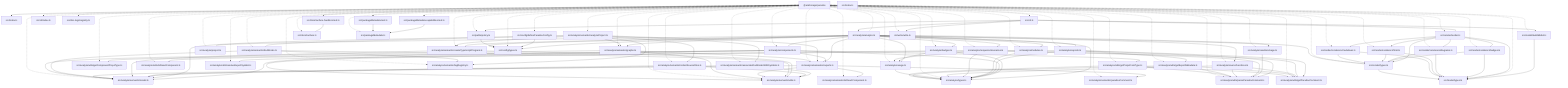
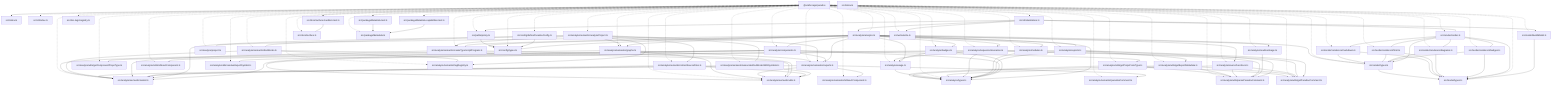
graph TD
  package__ankhorage_paradox["@ankhorage/paradox"]
  entrypoint_src_index_ts["src/index.ts"]
  package__ankhorage_paradox --> entrypoint_src_index_ts
  module_src_analyze_analyze_ts["src/analyze/analyze.ts"]
  package__ankhorage_paradox -.-> module_src_analyze_analyze_ts
  module_src_analyze_analyze_ts --> module_src_analyze_badges_ts
  module_src_analyze_analyze_ts --> module_src_analyze_components_ts
  module_src_analyze_analyze_ts --> module_src_analyze_exports_ts
  module_src_analyze_analyze_ts --> module_src_analyze_modules_ts
  module_src_analyze_analyze_ts --> module_src_analyze_project_ts
  module_src_analyze_analyze_ts --> module_src_analyze_readmeUsage_ts
  module_src_analyze_analyze_ts --> module_src_analyze_semantic_createTypeScriptProgram_ts
  module_src_analyze_analyze_ts --> module_src_analyze_semantic_exports_ts
  module_src_analyze_analyze_ts --> module_src_analyze_semantic_graphs_ts
  module_src_analyze_analyze_ts --> module_src_analyze_sequenceScenarios_ts
  module_src_analyze_analyze_ts --> module_src_analyze_sourceFunctions_ts
  module_src_analyze_analyze_ts --> module_src_analyze_types_ts
  module_src_analyze_analyze_ts --> module_src_analyze_usage_ts
  module_src_analyze_analyze_ts --> module_src_config_types_ts
  module_src_analyze_badges_ts["src/analyze/badges.ts"]
  package__ankhorage_paradox -.-> module_src_analyze_badges_ts
  module_src_analyze_badges_ts --> module_src_analyze_types_ts
  module_src_analyze_badges_ts --> module_src_analyze_usage_ts
  module_src_analyze_components_ts["src/analyze/components.ts"]
  package__ankhorage_paradox -.-> module_src_analyze_components_ts
  module_src_analyze_components_ts --> module_src_analyze_semantic_exports_ts
  module_src_analyze_components_ts --> module_src_analyze_semantic_model_ts
  module_src_analyze_components_ts --> module_src_analyze_types_ts
  module_src_analyze_components_ts --> module_src_analyze_utils_getComponentPropsType_ts
  module_src_analyze_components_ts --> module_src_analyze_utils_getPropsFromType_ts
  module_src_analyze_components_ts --> module_src_analyze_utils_isReactComponent_ts
  module_src_analyze_exports_ts["src/analyze/exports.ts"]
  package__ankhorage_paradox -.-> module_src_analyze_exports_ts
  module_src_analyze_exports_ts --> module_src_analyze_types_ts
  module_src_analyze_exports_ts --> module_src_analyze_utils_getExportMetadata_ts
  module_src_analyze_exports_ts --> module_src_analyze_utils_getParadoxComment_ts
  module_src_analyze_exports_ts --> module_src_analyze_utils_parseParadoxComment_ts
  module_src_analyze_exports_ts --> module_src_analyze_utils_resolveExportSymbol_ts
  module_src_analyze_modules_ts["src/analyze/modules.ts"]
  package__ankhorage_paradox -.-> module_src_analyze_modules_ts
  module_src_analyze_modules_ts --> module_src_analyze_types_ts
  module_src_analyze_project_ts["src/analyze/project.ts"]
  package__ankhorage_paradox -.-> module_src_analyze_project_ts
  module_src_analyze_readmeUsage_ts["src/analyze/readmeUsage.ts"]
  package__ankhorage_paradox -.-> module_src_analyze_readmeUsage_ts
  module_src_analyze_readmeUsage_ts --> module_src_analyze_utils_parseParadoxComment_ts
  module_src_analyze_semantic_analyzeProject_ts["src/analyze/semantic/analyzeProject.ts"]
  package__ankhorage_paradox -.-> module_src_analyze_semantic_analyzeProject_ts
  module_src_analyze_semantic_analyzeProject_ts --> module_src_analyze_semantic_associateDocBlocksWithSymbols_ts
  module_src_analyze_semantic_analyzeProject_ts --> module_src_analyze_semantic_collectSourceFiles_ts
  module_src_analyze_semantic_analyzeProject_ts --> module_src_analyze_semantic_createTypeScriptProgram_ts
  module_src_analyze_semantic_analyzeProject_ts --> module_src_analyze_semantic_docBlocks_ts
  module_src_analyze_semantic_analyzeProject_ts --> module_src_analyze_semantic_exports_ts
  module_src_analyze_semantic_analyzeProject_ts --> module_src_analyze_semantic_graphs_ts
  module_src_analyze_semantic_analyzeProject_ts --> module_src_analyze_semantic_model_ts
  module_src_analyze_semantic_analyzeProject_ts --> module_src_analyze_semantic_tagRegistry_ts
  module_src_analyze_semantic_associateDocBlocksWithSymbols_ts["src/analyze/semantic/associateDocBlocksWithSymbols.ts"]
  package__ankhorage_paradox -.-> module_src_analyze_semantic_associateDocBlocksWithSymbols_ts
  module_src_analyze_semantic_associateDocBlocksWithSymbols_ts --> module_src_analyze_semantic_model_ts
  module_src_analyze_semantic_associateDocBlocksWithSymbols_ts --> module_src_analyze_semantic_utils_ts
  module_src_analyze_semantic_collectSourceFiles_ts["src/analyze/semantic/collectSourceFiles.ts"]
  package__ankhorage_paradox -.-> module_src_analyze_semantic_collectSourceFiles_ts
  module_src_analyze_semantic_collectSourceFiles_ts --> module_src_analyze_semantic_model_ts
  module_src_analyze_semantic_collectSourceFiles_ts --> module_src_analyze_semantic_utils_ts
  module_src_analyze_semantic_createTypeScriptProgram_ts["src/analyze/semantic/createTypeScriptProgram.ts"]
  package__ankhorage_paradox -.-> module_src_analyze_semantic_createTypeScriptProgram_ts
  module_src_analyze_semantic_createTypeScriptProgram_ts --> module_src_analyze_semantic_model_ts
  module_src_analyze_semantic_createTypeScriptProgram_ts --> module_src_analyze_semantic_utils_ts
  module_src_analyze_semantic_docBlocks_ts["src/analyze/semantic/docBlocks.ts"]
  package__ankhorage_paradox -.-> module_src_analyze_semantic_docBlocks_ts
  module_src_analyze_semantic_docBlocks_ts --> module_src_analyze_semantic_model_ts
  module_src_analyze_semantic_docBlocks_ts --> module_src_analyze_semantic_tagRegistry_ts
  module_src_analyze_semantic_docBlocks_ts --> module_src_analyze_semantic_utils_ts
  module_src_analyze_semantic_exports_ts["src/analyze/semantic/exports.ts"]
  package__ankhorage_paradox -.-> module_src_analyze_semantic_exports_ts
  module_src_analyze_semantic_exports_ts --> module_src_analyze_semantic_isReactComponent_ts
  module_src_analyze_semantic_exports_ts --> module_src_analyze_semantic_model_ts
  module_src_analyze_semantic_exports_ts --> module_src_analyze_semantic_paradoxComment_ts
  module_src_analyze_semantic_exports_ts --> module_src_analyze_semantic_utils_ts
  module_src_analyze_semantic_graphs_ts["src/analyze/semantic/graphs.ts"]
  package__ankhorage_paradox -.-> module_src_analyze_semantic_graphs_ts
  module_src_analyze_semantic_graphs_ts --> module_src_analyze_semantic_exports_ts
  module_src_analyze_semantic_graphs_ts --> module_src_analyze_semantic_model_ts
  module_src_analyze_semantic_graphs_ts --> module_src_analyze_semantic_utils_ts
  module_src_analyze_semantic_isReactComponent_ts["src/analyze/semantic/isReactComponent.ts"]
  package__ankhorage_paradox -.-> module_src_analyze_semantic_isReactComponent_ts
  module_src_analyze_semantic_model_ts["src/analyze/semantic/model.ts"]
  package__ankhorage_paradox -.-> module_src_analyze_semantic_model_ts
  module_src_analyze_semantic_paradoxComment_ts["src/analyze/semantic/paradoxComment.ts"]
  package__ankhorage_paradox -.-> module_src_analyze_semantic_paradoxComment_ts
  module_src_analyze_semantic_tagRegistry_ts["src/analyze/semantic/tagRegistry.ts"]
  package__ankhorage_paradox -.-> module_src_analyze_semantic_tagRegistry_ts
  module_src_analyze_semantic_utils_ts["src/analyze/semantic/utils.ts"]
  package__ankhorage_paradox -.-> module_src_analyze_semantic_utils_ts
  module_src_analyze_sequenceScenarios_ts["src/analyze/sequenceScenarios.ts"]
  package__ankhorage_paradox -.-> module_src_analyze_sequenceScenarios_ts
  module_src_analyze_sequenceScenarios_ts --> module_src_analyze_semantic_utils_ts
  module_src_analyze_sequenceScenarios_ts --> module_src_analyze_types_ts
  module_src_analyze_sequenceScenarios_ts --> module_src_analyze_usage_ts
  module_src_analyze_sequenceScenarios_ts --> module_src_analyze_utils_getParadoxComment_ts
  module_src_analyze_sequenceScenarios_ts --> module_src_analyze_utils_parseParadoxComment_ts
  module_src_analyze_sourceFunctions_ts["src/analyze/sourceFunctions.ts"]
  package__ankhorage_paradox -.-> module_src_analyze_sourceFunctions_ts
  module_src_analyze_sourceFunctions_ts --> module_src_analyze_types_ts
  module_src_analyze_sourceFunctions_ts --> module_src_analyze_utils_getParadoxComment_ts
  module_src_analyze_sourceFunctions_ts --> module_src_analyze_utils_parseParadoxComment_ts
  module_src_analyze_types_ts["src/analyze/types.ts"]
  package__ankhorage_paradox -.-> module_src_analyze_types_ts
  module_src_analyze_usage_ts["src/analyze/usage.ts"]
  package__ankhorage_paradox -.-> module_src_analyze_usage_ts
  module_src_analyze_usage_ts --> module_src_analyze_types_ts
  module_src_analyze_utils_getComponentPropsType_ts["src/analyze/utils/getComponentPropsType.ts"]
  package__ankhorage_paradox -.-> module_src_analyze_utils_getComponentPropsType_ts
  module_src_analyze_utils_getExportMetadata_ts["src/analyze/utils/getExportMetadata.ts"]
  package__ankhorage_paradox -.-> module_src_analyze_utils_getExportMetadata_ts
  module_src_analyze_utils_getExportMetadata_ts --> module_src_analyze_types_ts
  module_src_analyze_utils_getExportMetadata_ts --> module_src_analyze_utils_getParadoxComment_ts
  module_src_analyze_utils_getExportMetadata_ts --> module_src_analyze_utils_parseParadoxComment_ts
  module_src_analyze_utils_getParadoxComment_ts["src/analyze/utils/getParadoxComment.ts"]
  package__ankhorage_paradox -.-> module_src_analyze_utils_getParadoxComment_ts
  module_src_analyze_utils_getPropsFromType_ts["src/analyze/utils/getPropsFromType.ts"]
  package__ankhorage_paradox -.-> module_src_analyze_utils_getPropsFromType_ts
  module_src_analyze_utils_getPropsFromType_ts --> module_src_analyze_types_ts
  module_src_analyze_utils_getPropsFromType_ts --> module_src_analyze_utils_getParadoxComment_ts
  module_src_analyze_utils_getPropsFromType_ts --> module_src_analyze_utils_parseParadoxComment_ts
  module_src_analyze_utils_isReactComponent_ts["src/analyze/utils/isReactComponent.ts"]
  package__ankhorage_paradox -.-> module_src_analyze_utils_isReactComponent_ts
  module_src_analyze_utils_parseParadoxComment_ts["src/analyze/utils/parseParadoxComment.ts"]
  package__ankhorage_paradox -.-> module_src_analyze_utils_parseParadoxComment_ts
  module_src_analyze_utils_resolveExportSymbol_ts["src/analyze/utils/resolveExportSymbol.ts"]
  package__ankhorage_paradox -.-> module_src_analyze_utils_resolveExportSymbol_ts
-   module_src_cli_ts["src/cli.ts"]
-   package__ankhorage_paradox -.-> module_src_cli_ts
-   module_src_cli_ts --> module_src_analyze_analyze_ts
-   module_src_cli_ts --> module_src_model_buildModel_ts
-   module_src_cli_ts --> module_src_paths_policy_ts
-   module_src_cli_ts --> module_src_render_render_ts
-   module_src_cli_ts --> module_src_write_write_ts
  module_src_cli_index_ts["src/cli/index.ts"]
  package__ankhorage_paradox -.-> module_src_cli_index_ts
+   module_src_cli_standalone_ts["src/cli/standalone.ts"]
+   package__ankhorage_paradox -.-> module_src_cli_standalone_ts
+   module_src_cli_standalone_ts --> module_src_analyze_analyze_ts
+   module_src_cli_standalone_ts --> module_src_model_buildModel_ts
+   module_src_cli_standalone_ts --> module_src_paths_policy_ts
+   module_src_cli_standalone_ts --> module_src_render_render_ts
+   module_src_cli_standalone_ts --> module_src_write_write_ts
  module_src_config_defineParadoxConfig_ts["src/config/defineParadoxConfig.ts"]
  package__ankhorage_paradox -.-> module_src_config_defineParadoxConfig_ts
  module_src_config_defineParadoxConfig_ts --> module_src_config_types_ts
  module_src_config_types_ts["src/config/types.ts"]
  package__ankhorage_paradox -.-> module_src_config_types_ts
  module_src_doc_tags_registry_ts["src/doc-tags/registry.ts"]
  package__ankhorage_paradox -.-> module_src_doc_tags_registry_ts
  module_src_docsSurface_handlers_test_ts["src/docsSurface.handlers.test.ts"]
  package__ankhorage_paradox -.-> module_src_docsSurface_handlers_test_ts
  module_src_docsSurface_handlers_test_ts --> module_src_docsSurface_ts
  module_src_docsSurface_ts["src/docsSurface.ts"]
  package__ankhorage_paradox -.-> module_src_docsSurface_ts
  module_src_index_ts["src/index.ts"]
  module_src_model_buildModel_ts["src/model/buildModel.ts"]
  package__ankhorage_paradox -.-> module_src_model_buildModel_ts
  module_src_model_buildModel_ts --> module_src_model_types_ts
  module_src_model_types_ts["src/model/types.ts"]
  package__ankhorage_paradox -.-> module_src_model_types_ts
  module_src_packageMetadata_capabilities_test_ts["src/packageMetadata.capabilities.test.ts"]
  package__ankhorage_paradox -.-> module_src_packageMetadata_capabilities_test_ts
  module_src_packageMetadata_capabilities_test_ts --> module_src_packageMetadata_ts
  module_src_packageMetadata_test_ts["src/packageMetadata.test.ts"]
  package__ankhorage_paradox -.-> module_src_packageMetadata_test_ts
  module_src_packageMetadata_test_ts --> module_src_packageMetadata_ts
  module_src_packageMetadata_ts["src/packageMetadata.ts"]
  package__ankhorage_paradox -.-> module_src_packageMetadata_ts
  module_src_paths_policy_ts["src/paths/policy.ts"]
  package__ankhorage_paradox -.-> module_src_paths_policy_ts
  module_src_paths_policy_ts --> module_src_config_types_ts
  module_src_render_render_ts["src/render/render.ts"]
  package__ankhorage_paradox -.-> module_src_render_render_ts
  module_src_render_render_ts --> module_src_model_types_ts
  module_src_render_render_ts --> module_src_render_renderers_badges_ts
  module_src_render_render_ts --> module_src_render_renderers_diagrams_ts
  module_src_render_render_ts --> module_src_render_renderers_html_ts
  module_src_render_render_ts --> module_src_render_renderers_markdown_ts
  module_src_render_render_ts --> module_src_render_types_ts
  module_src_render_renderers_badges_ts["src/render/renderers/badges.ts"]
  package__ankhorage_paradox -.-> module_src_render_renderers_badges_ts
  module_src_render_renderers_badges_ts --> module_src_model_types_ts
  module_src_render_renderers_badges_ts --> module_src_render_types_ts
  module_src_render_renderers_diagrams_ts["src/render/renderers/diagrams.ts"]
  package__ankhorage_paradox -.-> module_src_render_renderers_diagrams_ts
  module_src_render_renderers_diagrams_ts --> module_src_model_types_ts
  module_src_render_renderers_diagrams_ts --> module_src_render_types_ts
  module_src_render_renderers_html_ts["src/render/renderers/html.ts"]
  package__ankhorage_paradox -.-> module_src_render_renderers_html_ts
  module_src_render_renderers_html_ts --> module_src_model_types_ts
  module_src_render_renderers_html_ts --> module_src_render_types_ts
  module_src_render_renderers_markdown_ts["src/render/renderers/markdown.ts"]
  package__ankhorage_paradox -.-> module_src_render_renderers_markdown_ts
  module_src_render_renderers_markdown_ts --> module_src_model_types_ts
  module_src_render_renderers_markdown_ts --> module_src_render_types_ts
  module_src_render_types_ts["src/render/types.ts"]
  package__ankhorage_paradox -.-> module_src_render_types_ts
  module_src_render_types_ts --> module_src_model_types_ts
  module_src_write_write_ts["src/write/write.ts"]
  package__ankhorage_paradox -.-> module_src_write_write_ts
  module_src_write_write_ts --> module_src_config_types_ts
  module_src_write_write_ts --> module_src_render_types_ts
